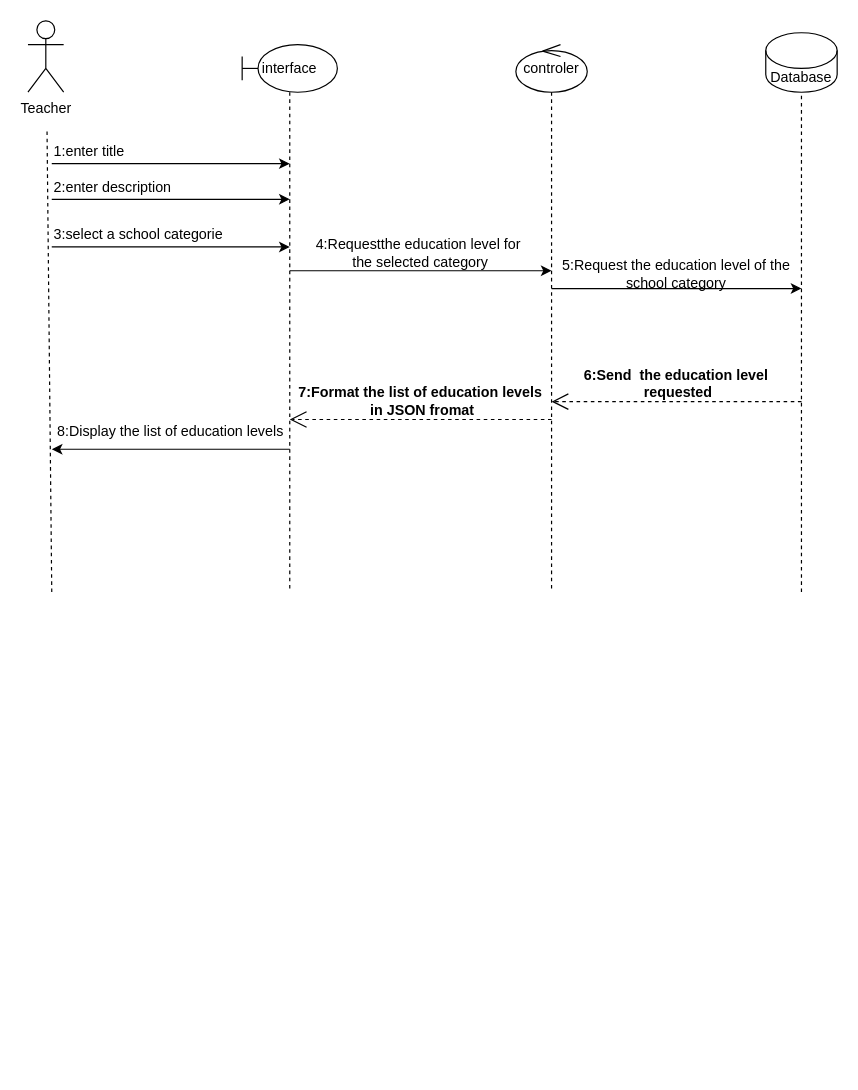
Earlier version of the draw.io diagram add course use case.drawio (faresUnderScore999/test1.0). Source tidied: cells renumbered, new cells numbered last; positions are measured from the earlier drawing's top-left corner, leaving out a move shared by most shapes. Both pictures are drawn from the tidied source at 119%, with x=0, y=0 at pixel (27, 20).
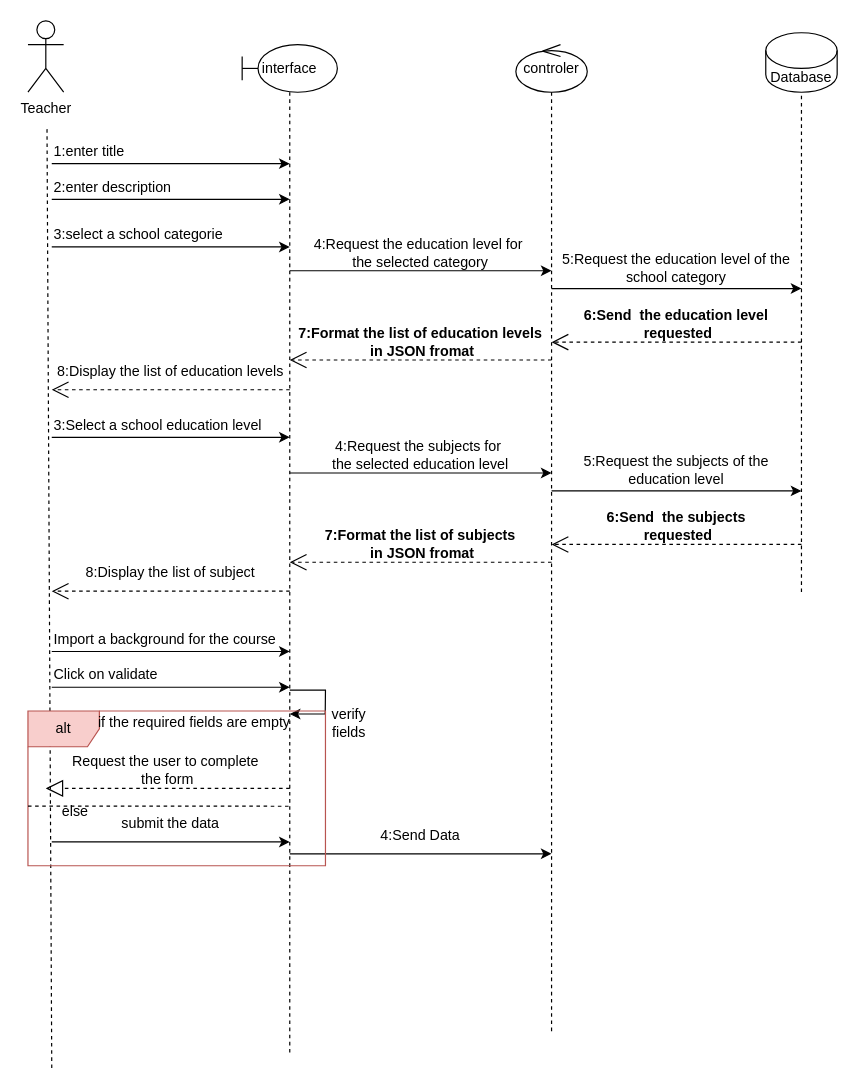
The same page after the edit.

Commit message:
Mettre à jour add course use case.drawio

The edit, as a diff of the source:
```diff
@@
     <mxCell id="3" value="interface" style="shape=umlLifeline;perimeter=lifelinePerimeter;whiteSpace=wrap;html=1;newEdgeStyle={&quot;curved&quot;:0,&quot;rounded&quot;:0};participant=umlBoundary;" parent="1" vertex="1">
-      <mxGeometry x="180" y="20" width="80" height="460" as="geometry" />
+      <mxGeometry x="180" y="20" width="80" height="850" as="geometry" />
     </mxCell>
     <mxCell id="4" style="endArrow=none;dashed=1;html=1;rounded=0;" parent="1" edge="1">
       <mxGeometry relative="1" as="geometry">
-        <mxPoint x="20" y="480" as="sourcePoint" />
+        <mxPoint x="20" y="880" as="sourcePoint" />
         <mxPoint x="16" y="90" as="targetPoint" />
       </mxGeometry>
     </mxCell>
     <mxCell id="5" value="controler" style="shape=umlLifeline;perimeter=lifelinePerimeter;whiteSpace=wrap;html=1;newEdgeStyle={&quot;curved&quot;:0,&quot;rounded&quot;:0};participant=umlControl;" parent="1" vertex="1">
-      <mxGeometry x="410" y="20" width="60" height="460" as="geometry" />
+      <mxGeometry x="410" y="20" width="60" height="830" as="geometry" />
     </mxCell>
@@
-    <mxCell id="15" value="4:Requestthe education level for&amp;nbsp;&lt;div&gt;the selected category&lt;/div&gt;" style="text;html=1;align=center;verticalAlign=middle;whiteSpace=wrap;rounded=0;" parent="1" vertex="1">
+    <mxCell id="15" value="4:Request the education level for&amp;nbsp;&lt;div&gt;the selected category&lt;/div&gt;" style="text;html=1;align=center;verticalAlign=middle;whiteSpace=wrap;rounded=0;" parent="1" vertex="1">
       <mxGeometry x="220" y="180" width="220" height="30" as="geometry" />
     </mxCell>
     <mxCell id="16" value="5:Request the education level of the school category" style="text;html=1;align=center;verticalAlign=middle;whiteSpace=wrap;rounded=0;" parent="1" vertex="1">
-      <mxGeometry x="440" y="200" width="210" height="25" as="geometry" />
+      <mxGeometry x="440" y="190" width="210" height="35" as="geometry" />
     </mxCell>
@@
     <mxCell id="19" value="&lt;span style=&quot;font-weight: 700; text-wrap: nowrap;&quot;&gt;6:Send&amp;nbsp; the education level&lt;/span&gt;&lt;div&gt;&lt;span style=&quot;font-weight: 700; text-wrap: nowrap;&quot;&gt;&amp;nbsp;requested&lt;/span&gt;&lt;/div&gt;" style="text;html=1;align=center;verticalAlign=middle;whiteSpace=wrap;rounded=0;" parent="1" vertex="1">
-      <mxGeometry x="440" y="290" width="210" height="30" as="geometry" />
+      <mxGeometry x="440" y="240" width="210" height="30" as="geometry" />
     </mxCell>
@@
     <mxCell id="21" value="&lt;span style=&quot;font-weight: 700; text-wrap: nowrap;&quot;&gt;7:Format the list of education levels&lt;/span&gt;&lt;div&gt;&lt;span style=&quot;font-weight: 700; text-wrap: nowrap;&quot;&gt;&amp;nbsp;in JSON fromat&lt;/span&gt;&lt;/div&gt;" style="text;html=1;align=center;verticalAlign=middle;whiteSpace=wrap;rounded=0;" parent="1" vertex="1">
-      <mxGeometry x="220" y="305" width="220" height="30" as="geometry" />
+      <mxGeometry x="220" y="255" width="220" height="30" as="geometry" />
     </mxCell>
+    <mxCell id="23" value="8:Display the list of education levels" style="text;html=1;align=center;verticalAlign=middle;whiteSpace=wrap;rounded=0;" parent="1" vertex="1">
+      <mxGeometry x="20" y="280" width="200" height="30" as="geometry" />
+    </mxCell>
+    <mxCell id="24" style="endArrow=classic;html=1;rounded=0;entryX=1;entryY=1;entryDx=0;entryDy=0;exitX=0;exitY=1;exitDx=0;exitDy=0;" parent="1" edge="1" source="25" target="25">
+      <mxGeometry relative="1" as="geometry" />
+    </mxCell>
+    <mxCell id="25" value="3:Select a school education level" style="text;html=1;align=left;verticalAlign=middle;whiteSpace=wrap;rounded=0;" parent="1" vertex="1">
+      <mxGeometry x="20" y="330" width="200" height="20" as="geometry" />
+    </mxCell>
-    <mxCell id="22" style="endArrow=classic;html=1;rounded=0;entryX=0;entryY=1;entryDx=0;entryDy=0;exitX=1;exitY=1;exitDx=0;exitDy=0;" parent="1" edge="1" source="23" target="23">
+    <mxCell id="22" style="endArrow=open;endSize=12;dashed=1;html=1;rounded=0;entryX=0;entryY=1;entryDx=0;entryDy=0;exitX=1;exitY=1;exitDx=0;exitDy=0;" parent="1" edge="1" source="23" target="23">
       <mxGeometry relative="1" as="geometry" />
     </mxCell>
-    <mxCell id="23" value="8:Display the list of education levels" style="text;html=1;align=center;verticalAlign=middle;whiteSpace=wrap;rounded=0;" parent="1" vertex="1">
-      <mxGeometry x="20" y="330" width="200" height="30" as="geometry" />
-    </mxCell>
+    <mxCell id="26" style="endArrow=classic;html=1;rounded=0;entryX=1;entryY=1;entryDx=0;entryDy=0;exitX=0;exitY=1;exitDx=0;exitDy=0;" parent="1" edge="1" source="27" target="27">
+      <mxGeometry relative="1" as="geometry" />
+    </mxCell>
+    <mxCell id="27" value="4:Request the subjects for&amp;nbsp;&lt;div&gt;the selected education level&lt;/div&gt;" style="text;html=1;align=center;verticalAlign=middle;whiteSpace=wrap;rounded=0;" parent="1" vertex="1">
+      <mxGeometry x="220" y="350" width="220" height="30" as="geometry" />
+    </mxCell>
+    <mxCell id="28" value="5:Request the subjects of the education level" style="text;html=1;align=center;verticalAlign=middle;whiteSpace=wrap;rounded=0;" parent="1" vertex="1">
+      <mxGeometry x="440" y="360" width="210" height="35" as="geometry" />
+    </mxCell>
+    <mxCell id="29" style="endArrow=classic;html=1;rounded=0;exitX=0;exitY=1;exitDx=0;exitDy=0;entryX=1;entryY=1;entryDx=0;entryDy=0;" parent="1" edge="1" source="28" target="28">
+      <mxGeometry relative="1" as="geometry" />
+    </mxCell>
+    <mxCell id="30" style="endArrow=open;endSize=12;dashed=1;html=1;rounded=0;entryX=0;entryY=1;entryDx=0;entryDy=0;exitX=1;exitY=1;exitDx=0;exitDy=0;" parent="1" edge="1" source="31" target="31">
+      <mxGeometry relative="1" as="geometry" />
+    </mxCell>
+    <mxCell id="31" value="&lt;span style=&quot;font-weight: 700; text-wrap: nowrap;&quot;&gt;6:Send&amp;nbsp; the subjects&lt;/span&gt;&lt;div&gt;&lt;span style=&quot;font-weight: 700; text-wrap: nowrap;&quot;&gt;&amp;nbsp;requested&lt;/span&gt;&lt;/div&gt;" style="text;html=1;align=center;verticalAlign=middle;whiteSpace=wrap;rounded=0;" parent="1" vertex="1">
+      <mxGeometry x="440" y="410" width="210" height="30" as="geometry" />
+    </mxCell>
+    <mxCell id="32" style="endArrow=open;endSize=12;dashed=1;html=1;rounded=0;entryX=0;entryY=1;entryDx=0;entryDy=0;exitX=1;exitY=1;exitDx=0;exitDy=0;" parent="1" edge="1" source="33" target="33">
+      <mxGeometry relative="1" as="geometry" />
+    </mxCell>
+    <mxCell id="33" value="&lt;span style=&quot;font-weight: 700; text-wrap: nowrap;&quot;&gt;7:Format the list of subjects&lt;/span&gt;&lt;div&gt;&lt;span style=&quot;font-weight: 700; text-wrap: nowrap;&quot;&gt;&amp;nbsp;in JSON fromat&lt;/span&gt;&lt;/div&gt;" style="text;html=1;align=center;verticalAlign=middle;whiteSpace=wrap;rounded=0;" parent="1" vertex="1">
+      <mxGeometry x="220" y="425" width="220" height="30" as="geometry" />
+    </mxCell>
+    <mxCell id="34" value="8:Display the list of subject" style="text;html=1;align=center;verticalAlign=middle;whiteSpace=wrap;rounded=0;" parent="1" vertex="1">
+      <mxGeometry x="20" y="449.3" width="200" height="30" as="geometry" />
+    </mxCell>
+    <mxCell id="35" style="endArrow=open;endSize=12;dashed=1;html=1;rounded=0;entryX=0;entryY=1;entryDx=0;entryDy=0;exitX=1;exitY=1;exitDx=0;exitDy=0;" parent="1" edge="1" source="34" target="34">
+      <mxGeometry relative="1" as="geometry" />
+    </mxCell>
+    <mxCell id="36" style="endArrow=classic;html=1;rounded=0;exitX=0;exitY=1;exitDx=0;exitDy=0;entryX=1;entryY=1;entryDx=0;entryDy=0;" parent="1" edge="1" source="37" target="37">
+      <mxGeometry relative="1" as="geometry" />
+    </mxCell>
+    <mxCell id="37" value="Click on validate" style="text;html=1;align=left;verticalAlign=middle;whiteSpace=wrap;rounded=0;" parent="1" vertex="1">
+      <mxGeometry x="20" y="540" width="200" height="20" as="geometry" />
+    </mxCell>
+    <mxCell id="38" style="endArrow=classic;html=1;rounded=0;entryX=1;entryY=1;entryDx=0;entryDy=0;exitX=0;exitY=1;exitDx=0;exitDy=0;" parent="1" edge="1" source="39" target="39">
+      <mxGeometry relative="1" as="geometry" />
+    </mxCell>
+    <mxCell id="39" value="4:Send Data" style="text;html=1;align=center;verticalAlign=middle;whiteSpace=wrap;rounded=0;" parent="1" vertex="1">
+      <mxGeometry x="220" y="670" width="220" height="30" as="geometry" />
+    </mxCell>
+    <mxCell id="40" style="endArrow=classic;html=1;rounded=0;" parent="1" edge="1">
+      <mxGeometry relative="1" as="geometry">
+        <mxPoint x="220" y="562.5" as="sourcePoint" />
+        <mxPoint x="220" y="582.5" as="targetPoint" />
+        <Array as="points">
+          <mxPoint x="250" y="562.5" />
+          <mxPoint x="249.8" y="582.5" />
+        </Array>
+      </mxGeometry>
+    </mxCell>
+    <mxCell id="41" value="verify fields" style="text;html=1;align=center;verticalAlign=middle;whiteSpace=wrap;rounded=0;" parent="1" vertex="1">
+      <mxGeometry x="250" y="580" width="40" height="20" as="geometry" />
+    </mxCell>
+    <mxCell id="42" value="alt" style="shape=umlFrame;whiteSpace=wrap;html=1;fillColor=#f8cecc;strokeColor=#b85450;" parent="1" vertex="1">
+      <mxGeometry y="580" width="250" height="130" as="geometry" />
+    </mxCell>
+    <mxCell id="43" value="if the required fields are empty" style="text;html=1;align=center;verticalAlign=middle;whiteSpace=wrap;rounded=0;" parent="1" vertex="1">
+      <mxGeometry x="50" y="582.5" width="180" height="15" as="geometry" />
+    </mxCell>
+    <mxCell id="44" value="Request the user to complete&amp;nbsp;&lt;div&gt;the form&lt;/div&gt;" style="text;html=1;align=center;verticalAlign=middle;whiteSpace=wrap;rounded=0;" parent="1" vertex="1">
+      <mxGeometry x="15" y="615" width="205" height="30" as="geometry" />
+    </mxCell>
+    <mxCell id="45" style="endArrow=block;dashed=1;endFill=0;endSize=12;html=1;rounded=0;exitX=1;exitY=1;exitDx=0;exitDy=0;entryX=0;entryY=1;entryDx=0;entryDy=0;" parent="1" edge="1" source="44" target="44">
+      <mxGeometry relative="1" as="geometry" />
+    </mxCell>
+    <mxCell id="46" style="endArrow=none;dashed=1;html=1;rounded=0;exitX=0;exitY=0.615;exitDx=0;exitDy=0;exitPerimeter=0;entryX=1;entryY=0;entryDx=0;entryDy=0;" parent="1" edge="1" source="42" target="48">
+      <mxGeometry relative="1" as="geometry" />
+    </mxCell>
+    <mxCell id="47" style="endArrow=classic;html=1;rounded=0;exitX=0;exitY=1;exitDx=0;exitDy=0;entryX=1;entryY=1;entryDx=0;entryDy=0;" parent="1" edge="1" source="48" target="48">
+      <mxGeometry relative="1" as="geometry" />
+    </mxCell>
+    <mxCell id="48" value="submit the data" style="text;html=1;align=center;verticalAlign=middle;whiteSpace=wrap;rounded=0;" parent="1" vertex="1">
+      <mxGeometry x="20" y="660" width="200" height="30" as="geometry" />
+    </mxCell>
+    <mxCell id="49" style="endArrow=classic;html=1;rounded=0;exitX=0;exitY=1;exitDx=0;exitDy=0;entryX=1;entryY=1;entryDx=0;entryDy=0;" parent="1" edge="1" source="50" target="50">
+      <mxGeometry relative="1" as="geometry" />
+    </mxCell>
+    <mxCell id="50" value="Import a background for the course" style="text;html=1;align=left;verticalAlign=middle;whiteSpace=wrap;rounded=0;" parent="1" vertex="1">
+      <mxGeometry x="20" y="510" width="200" height="20" as="geometry" />
+    </mxCell>
+    <mxCell id="51" value="else" style="text;html=1;align=center;verticalAlign=middle;whiteSpace=wrap;rounded=0;" parent="1" vertex="1">
+      <mxGeometry x="20" y="660" width="40" height="10" as="geometry" />
+    </mxCell>
```
